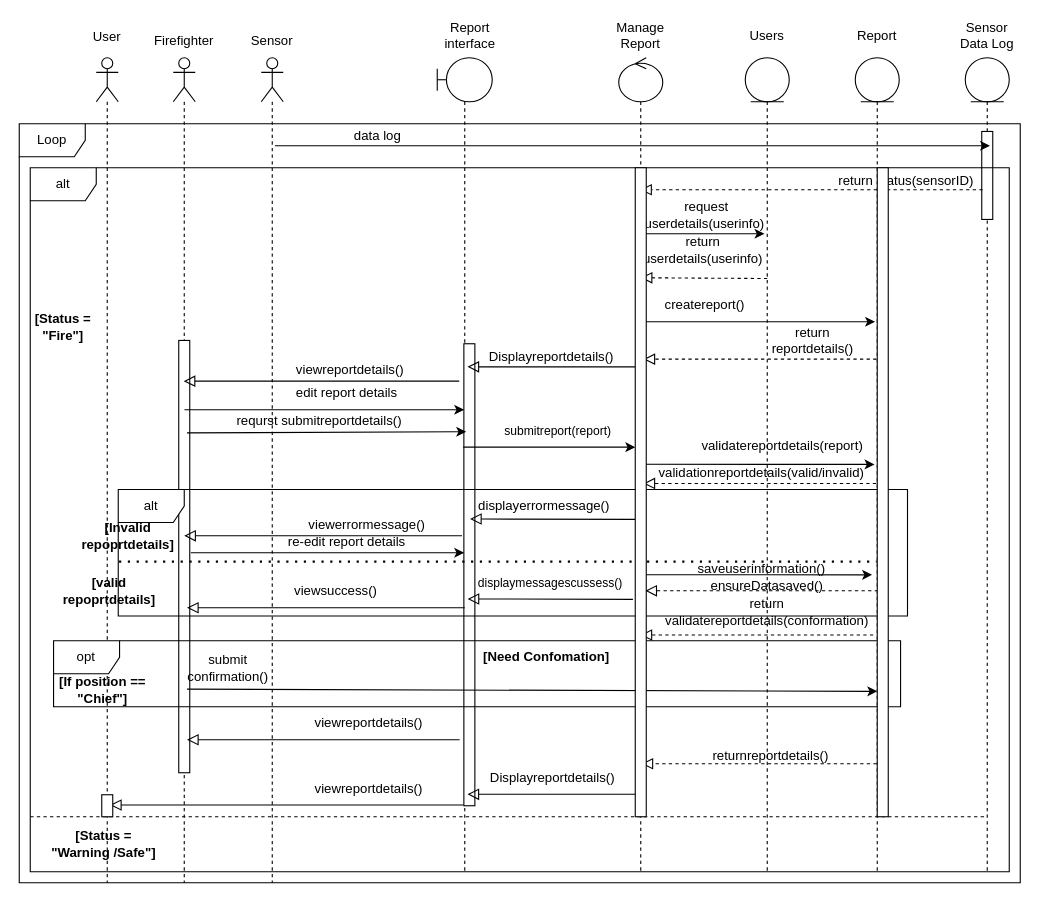
Above: page "Report Management SD" (8 of 17) of doc/PSM.drawio in SNFASA/AI-Fire-Monitoring-System (draw.io), before the change. Source tidied: cells renumbered, new cells numbered last; positions are measured from the earlier drawing's top-left corner, leaving out a move shared by most shapes. Both pictures are drawn from the tidied source at 110%, with x=0, y=0 at pixel (19, 19).
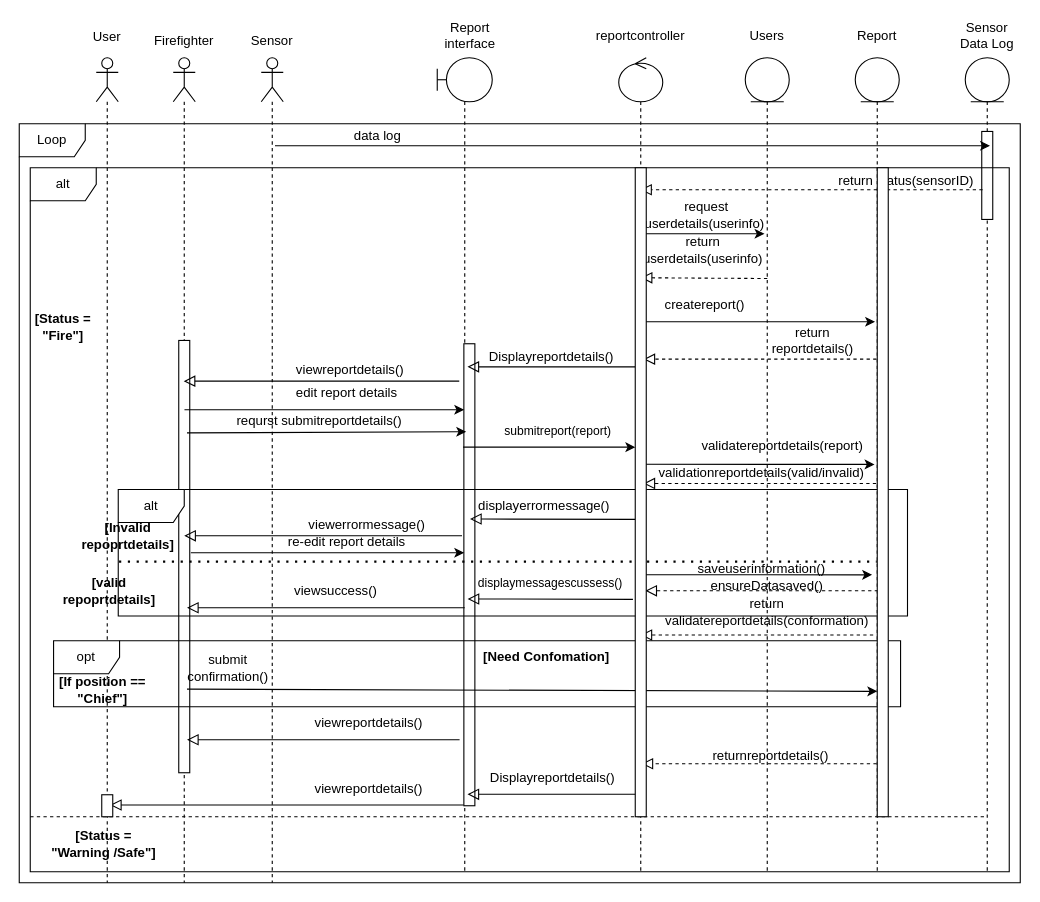
Above is the later version.

What changed in the source:
```diff
@@
-    <mxCell id="13" value="Manage Report" style="text;html=1;whiteSpace=wrap;strokeColor=none;fillColor=none;align=center;verticalAlign=middle;rounded=0;" parent="1" vertex="1">
+    <mxCell id="13" value="reportcontroller" style="text;html=1;whiteSpace=wrap;strokeColor=none;fillColor=none;align=center;verticalAlign=middle;rounded=0;" parent="1" vertex="1">
       <mxGeometry x="535" width="60" height="30" as="geometry" />
     </mxCell>
```
